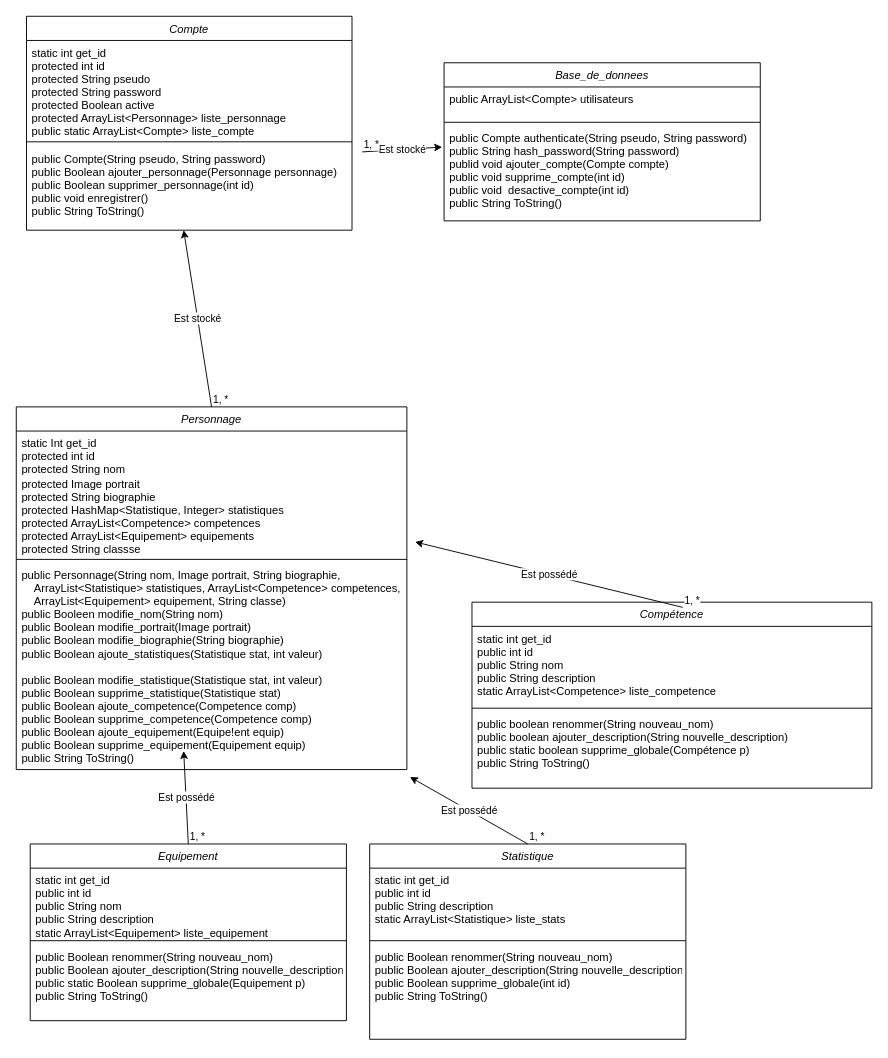
Earlier version of the draw.io diagram compte_rendu/séance 4/UML.drawio (Clement-soulier/L3-Fiche_personnage). Source tidied: cells renumbered, new cells numbered last; positions are measured from the earlier drawing's top-left corner, leaving out a move shared by most shapes. Both pictures are drawn from the tidied source at 93%, with x=0, y=0 at pixel (16, 16).
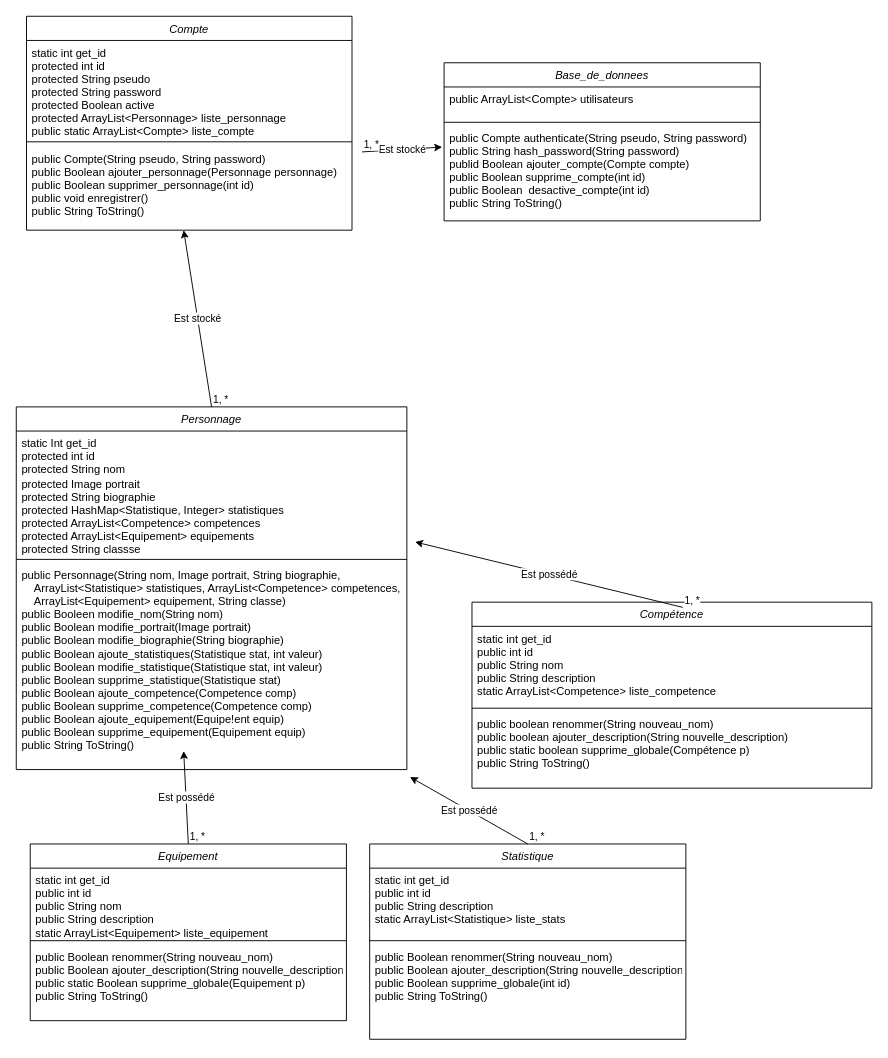
After the change.

Commit message:
Màj UML

Unchanged cells that the change refers to:
```xml
<mxCell id="6" value="Base_de_donnees" style="swimlane;fontStyle=2;align=center;verticalAlign=top;horizontal=1;startSize=26;rounded=0;shadow=0;strokeWidth=1;" parent="1" vertex="1">
  <mxGeometry x="460" y="50" width="340" height="170" as="geometry" />
</mxCell>
<mxCell id="10" value="Personnage" style="swimlane;fontStyle=2;align=center;verticalAlign=top;horizontal=1;startSize=26;rounded=0;shadow=0;strokeWidth=1;" parent="1" vertex="1">
  <mxGeometry y="420" width="420" height="390" as="geometry" />
</mxCell>
```

Change to the diagram source:
```diff
@@
-    <mxCell id="9" value="public Compte authenticate(String pseudo, String password)&#10;public String hash_password(String password)&#10;publid void ajouter_compte(Compte compte)&#10;public void supprime_compte(int id)&#10;public void  desactive_compte(int id)&#10;public String ToString()" style="text;align=left;verticalAlign=top;spacingLeft=4;spacingRight=4;overflow=hidden;points=[[0,0.5],[1,0.5]];portConstraint=eastwest;" parent="6" vertex="1">
+    <mxCell id="9" value="public Compte authenticate(String pseudo, String password)&#10;public String hash_password(String password)&#10;publid Boolean ajouter_compte(Compte compte)&#10;public Boolean supprime_compte(int id)&#10;public Boolean  desactive_compte(int id)&#10;public String ToString()" style="text;align=left;verticalAlign=top;spacingLeft=4;spacingRight=4;overflow=hidden;points=[[0,0.5],[1,0.5]];portConstraint=eastwest;" parent="6" vertex="1">
       <mxGeometry y="68" width="340" height="102" as="geometry" />
     </mxCell>
@@
-    <mxCell id="14" value="public Personnage(String nom, Image portrait, String biographie,&#10;    ArrayList&lt;Statistique&gt; statistiques, ArrayList&lt;Competence&gt; competences,&#10;    ArrayList&lt;Equipement&gt; equipement, String classe)&#10;public Booleen modifie_nom(String nom)&#10;public Boolean modifie_portrait(Image portrait)&#10;public Boolean modifie_biographie(String biographie)&#10;public Boolean ajoute_statistiques(Statistique stat, int valeur)&#10;&#10;public Boolean modifie_statistique(Statistique stat, int valeur)&#10;public Boolean supprime_statistique(Statistique stat)&#10;public Boolean ajoute_competence(Competence comp)&#10;public Boolean supprime_competence(Competence comp)&#10;public Boolean ajoute_equipement(Equipe!ent equip)&#10;public Boolean supprime_equipement(Equipement equip)&#10;public String ToString()" style="text;align=left;verticalAlign=top;spacingLeft=4;spacingRight=4;overflow=hidden;points=[[0,0.5],[1,0.5]];portConstraint=eastwest;" parent="10" vertex="1">
+    <mxCell id="14" value="public Personnage(String nom, Image portrait, String biographie,&#10;    ArrayList&lt;Statistique&gt; statistiques, ArrayList&lt;Competence&gt; competences,&#10;    ArrayList&lt;Equipement&gt; equipement, String classe)&#10;public Booleen modifie_nom(String nom)&#10;public Boolean modifie_portrait(Image portrait)&#10;public Boolean modifie_biographie(String biographie)&#10;public Boolean ajoute_statistiques(Statistique stat, int valeur)&#10;public Boolean modifie_statistique(Statistique stat, int valeur)&#10;public Boolean supprime_statistique(Statistique stat)&#10;public Boolean ajoute_competence(Competence comp)&#10;public Boolean supprime_competence(Competence comp)&#10;public Boolean ajoute_equipement(Equipe!ent equip)&#10;public Boolean supprime_equipement(Equipement equip)&#10;public String ToString()" style="text;align=left;verticalAlign=top;spacingLeft=4;spacingRight=4;overflow=hidden;points=[[0,0.5],[1,0.5]];portConstraint=eastwest;" parent="10" vertex="1">
       <mxGeometry y="168" width="420" height="222" as="geometry" />
     </mxCell>
```
